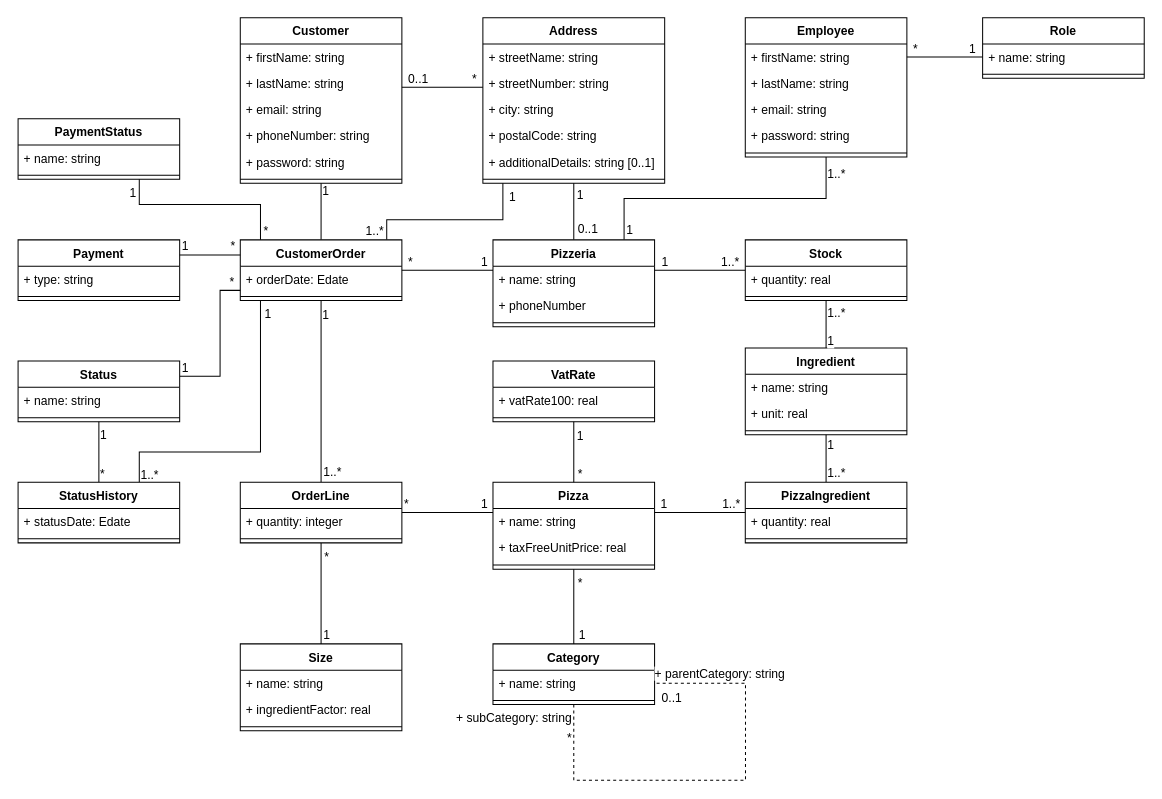
Above: page "ClassDiagram" (11 of 13) of Diagrams/OCPizza.drawio in GuillaumeOj/DesignTechnicalSolution (draw.io), before the change. Source tidied: cells renumbered, new cells numbered last; positions are measured from the earlier drawing's top-left corner, leaving out a move shared by most shapes. Both pictures are drawn from the tidied source at 101%, with x=0, y=0 at pixel (17, 17).
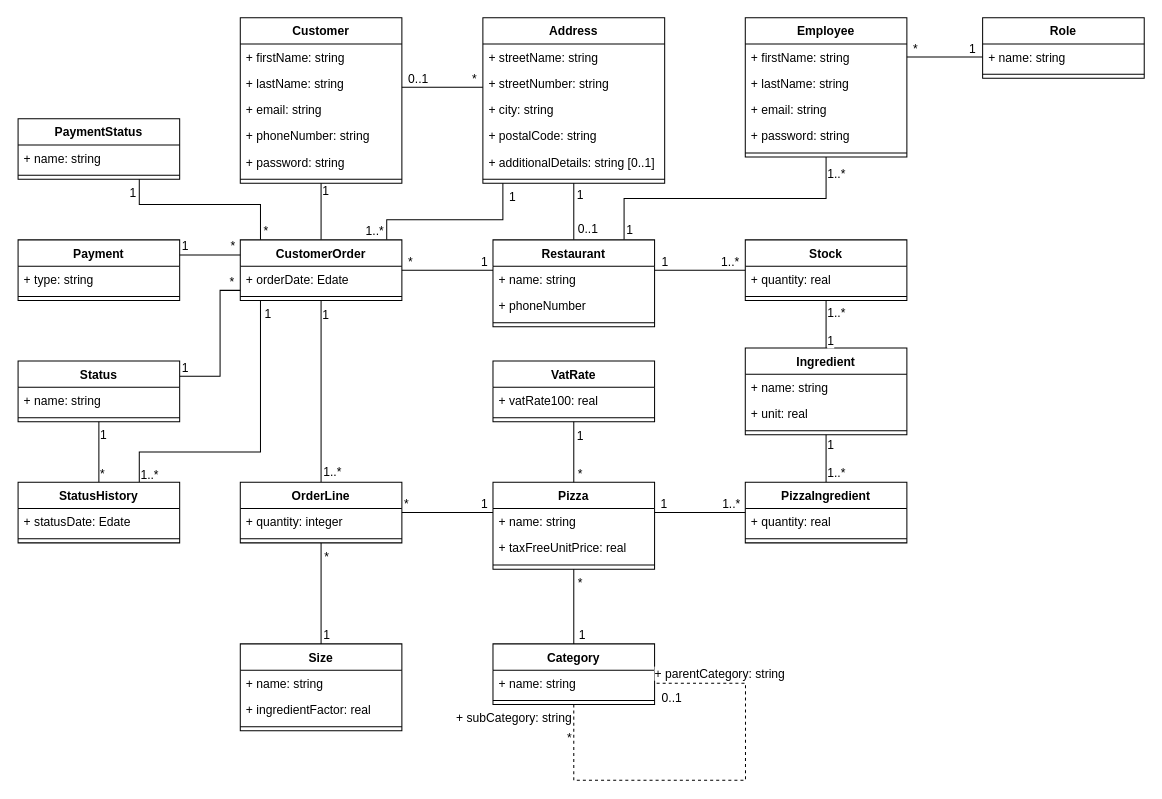
The same page after the edit.

Commit message:
Rename Pizzeria by Restaurant in the class diagram

Diff of the diagram source:
```diff
@@
-    <mxCell id="50" value="Pizzeria" style="swimlane;fontStyle=1;align=center;verticalAlign=top;horizontal=1;startSize=26;" parent="1" vertex="1">
+    <mxCell id="50" value="Restaurant" style="swimlane;fontStyle=1;align=center;verticalAlign=top;horizontal=1;startSize=26;" parent="1" vertex="1">
       <mxGeometry x="470.6" y="220" width="160" height="86" as="geometry" />
     </mxCell>
```
